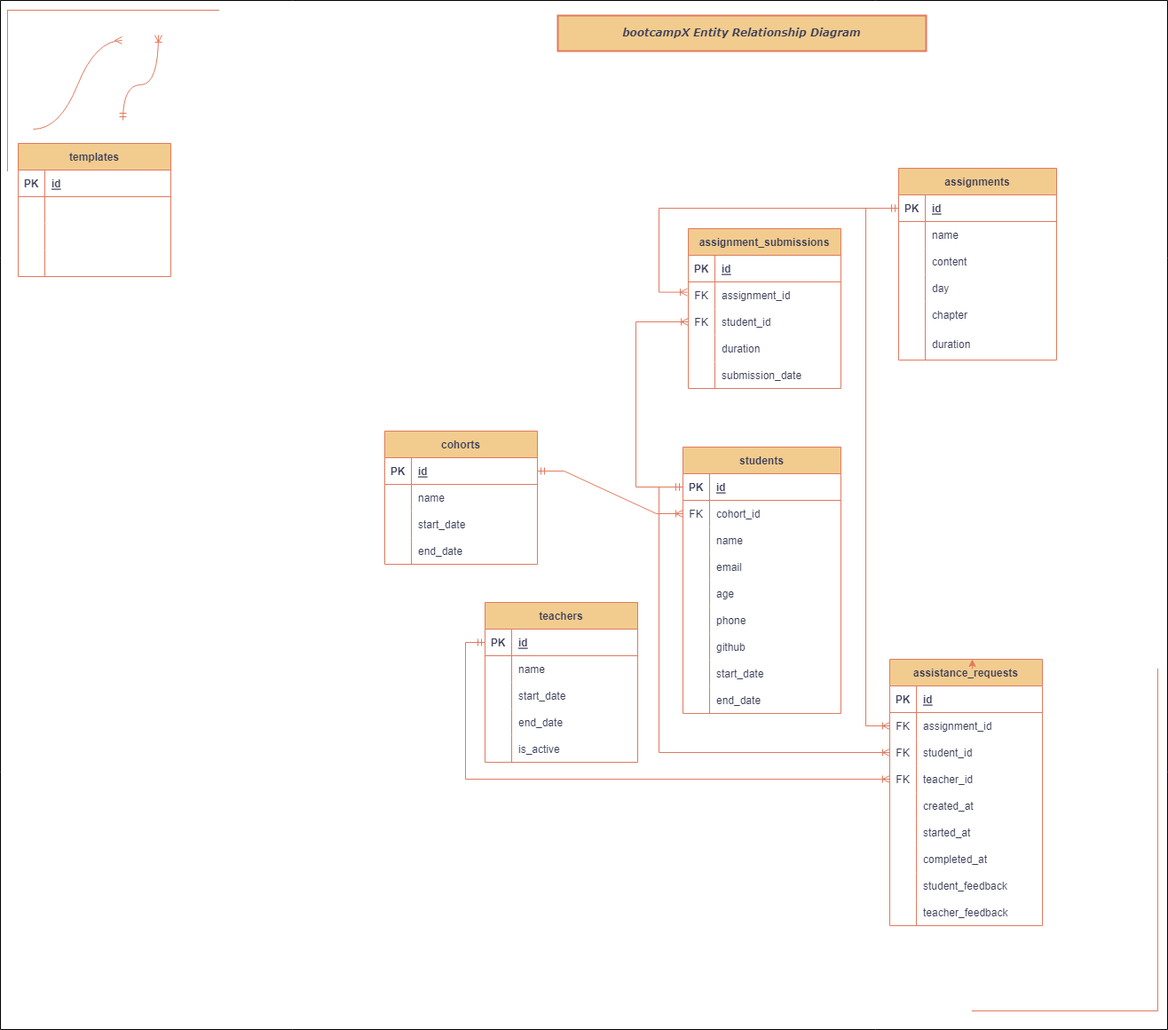
Above: bootcampXErd.drawio.png in sachieko/bootcampX (draw.io), before the change. Source tidied: cells renumbered, new cells last; positions are measured from the earlier drawing's top-left corner, leaving out a move shared by most shapes.
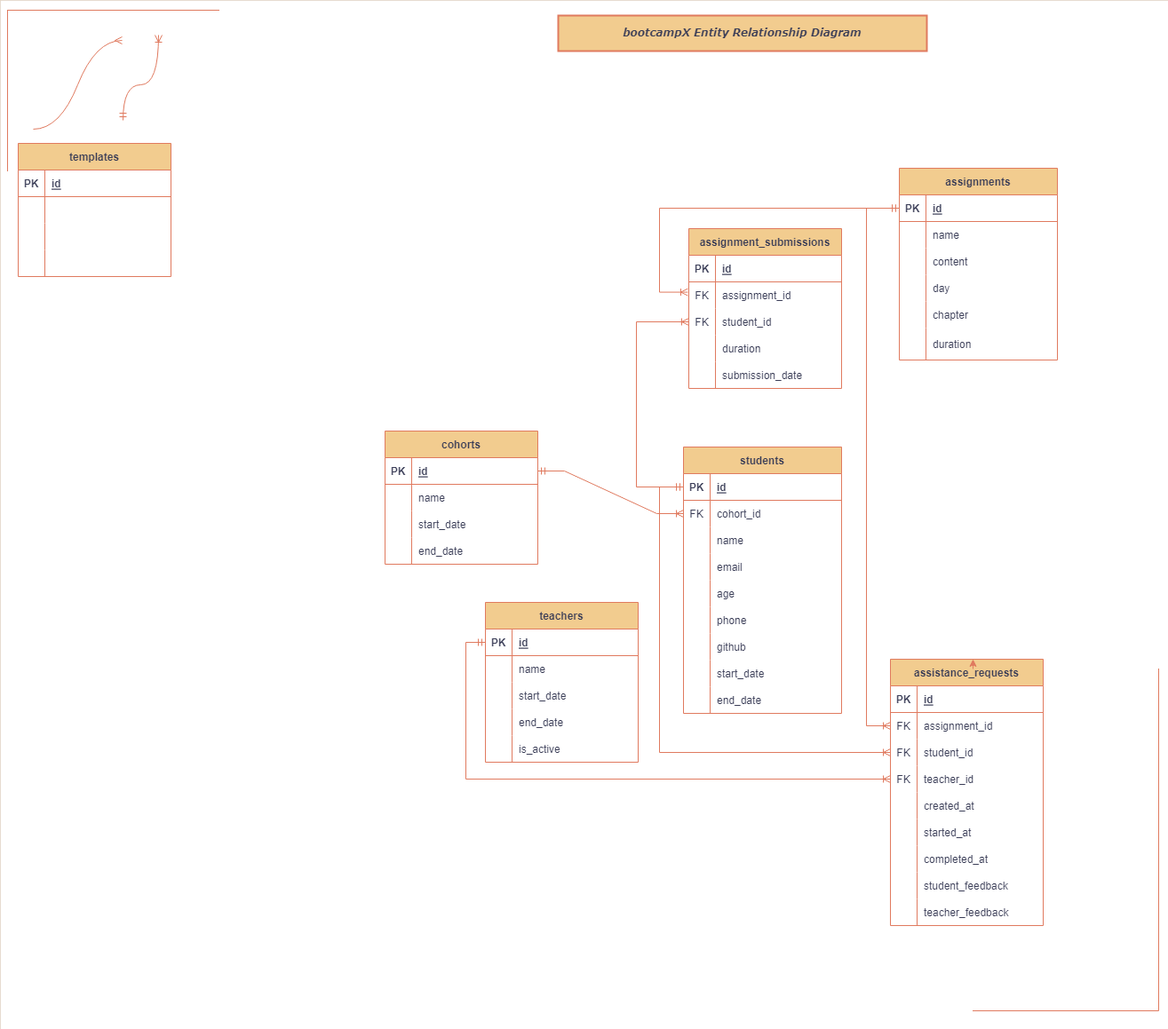
After the commit.

The edit, as a diff of the source:
```diff
@@ -2,7 +2,7 @@
   <root>
     <mxCell id="0" />
     <mxCell id="1" parent="0" />
-    <mxCell id="2" style="verticalLabelPosition=bottom;verticalAlign=top;html=1;shape=mxgraph.basic.rect;fillColor2=none;strokeWidth=1;size=20;indent=5;" parent="1" vertex="1">
+    <mxCell id="2" style="verticalLabelPosition=bottom;verticalAlign=top;html=1;shape=mxgraph.basic.rect;fillColor2=none;strokeWidth=0;size=20;indent=5;fillStyle=solid;fillColor=#FFFFFF;" parent="1" vertex="1">
       <mxGeometry width="1315" height="1159" as="geometry" />
     </mxCell>
     <mxCell id="3" value="templates" style="shape=table;startSize=30;rowLines=0;fontStyle=1;align=center;fillColor=#F2CC8F;strokeColor=#E07A5F;fontColor=#393C56;" parent="1" vertex="1">
```
